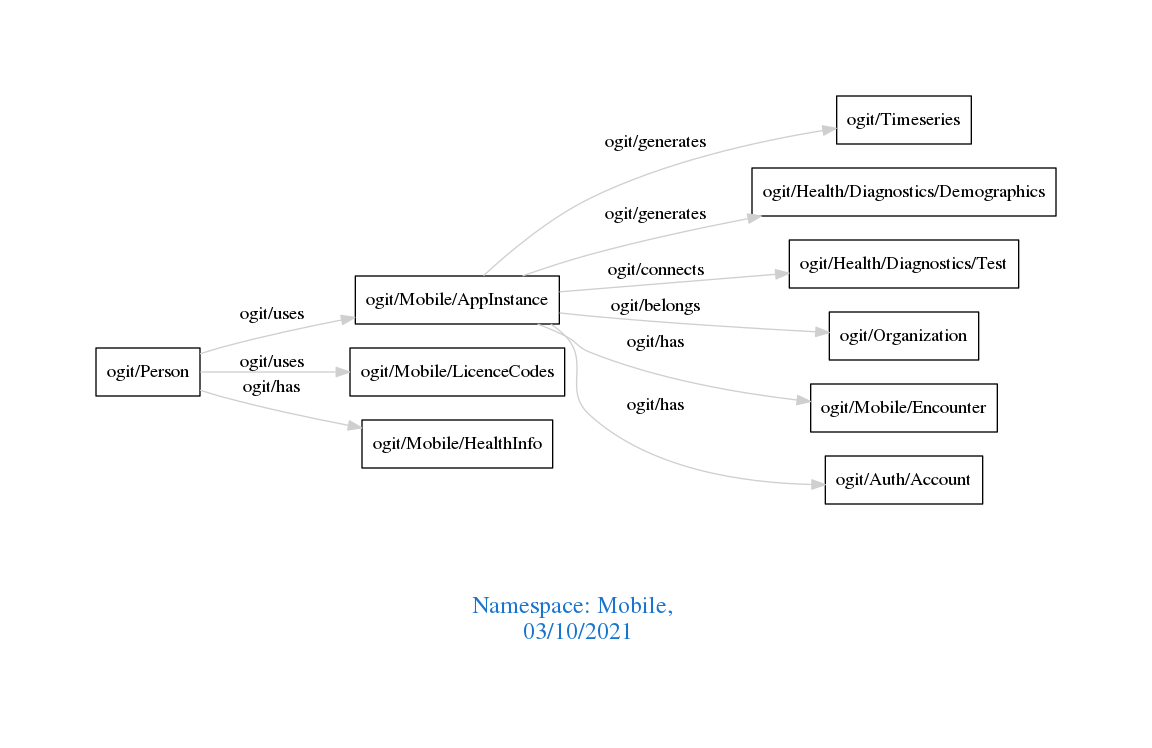
This is downloads/Mobile.png from arago/OGIT, a Graphviz export, as it was before one commit. Its source is kept beside it as downloads/Mobile.dot.
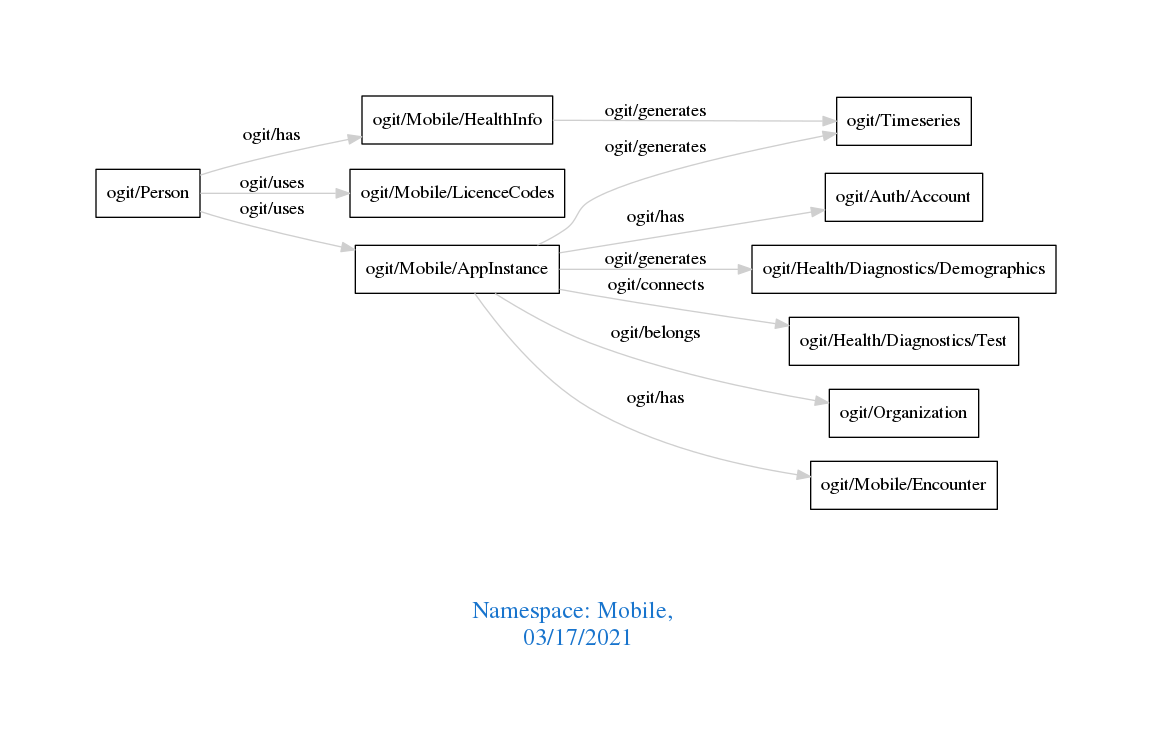
The same file after the commit.

Change to the diagram source:
```diff
@@ -1,12 +1,13 @@
 digraph OGIT_ontology {
  graph [ rankdir= LR,pad=1
 fontsize = 18,
-fontcolor= dodgerblue3,label = "\n\n\nNamespace: Mobile, \n 03/10/2021"];
+fontcolor= dodgerblue3,label = "\n\n\nNamespace: Mobile, \n 03/17/2021"];
 node[shape=polygon];
 edge [  color="gray81"];
 
    "ogit/Mobile/AppInstance" -> "ogit/Timeseries" [label="   ogit/generates    "];
    "ogit/Mobile/AppInstance" -> "ogit/Health/Diagnostics/Demographics" [label="   ogit/generates    "];
+   "ogit/Mobile/HealthInfo" -> "ogit/Timeseries" [label="   ogit/generates    "];
    "ogit/Mobile/AppInstance" -> "ogit/Health/Diagnostics/Test" [label="   ogit/connects    "];
    "ogit/Mobile/AppInstance" -> "ogit/Organization" [label="   ogit/belongs    "];
    "ogit/Person" -> "ogit/Mobile/AppInstance" [label="   ogit/uses    "];
```
